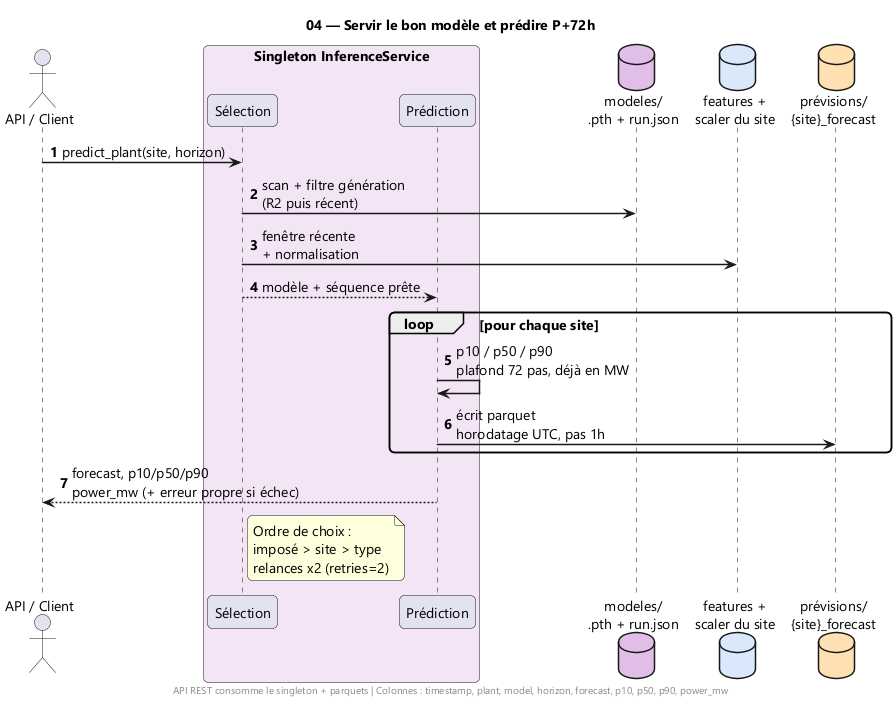
The PlantUML diagram web/public/figures/puml_04_serving_inference.png in GAYENSIS09/deep-aero-sn, before a commit.
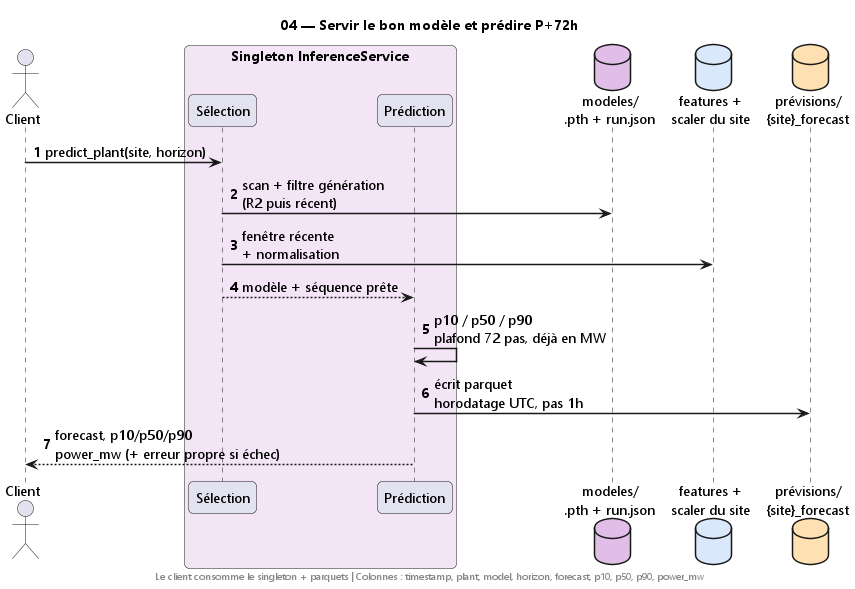
After the commit.

Change to the diagram source:
```diff
@@ -8,7 +8,7 @@
 title 04 — Servir le bon modèle et prédire P+72h
 autonumber
 
-actor "API / Client" as CLIENT
+actor "Client" as CLIENT
 box "Singleton InferenceService" #F3E5F5
   participant "Sélection" as SEL
   participant "Prédiction" as PRED
@@ -22,18 +22,12 @@
 SEL -> FEAT : fenêtre récente\n+ normalisation
 SEL --> PRED : modèle + séquence prête
 
-loop pour chaque site
   PRED -> PRED : p10 / p50 / p90\nplafond 72 pas, déjà en MW
   PRED -> FCST : écrit parquet\nhorodatage UTC, pas 1h
-end
+
 
 PRED --> CLIENT : forecast, p10/p50/p90\npower_mw (+ erreur propre si échec)
 
-note right of SEL
-  Ordre de choix :
-  imposé > site > type
-  relances x2 (retries=2)
-end note
 
-footer API REST consomme le singleton + parquets | Colonnes : timestamp, plant, model, horizon, forecast, p10, p50, p90, power_mw
+footer Le client consomme le singleton + parquets | Colonnes : timestamp, plant, model, horizon, forecast, p10, p50, p90, power_mw
 @enduml
```
